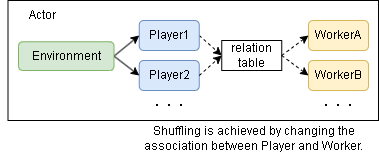
pocokhc/simple_distributed_rl keeps this draw.io diagram as diagrams/overview-multiplay.drawio.png. Above is the earlier version. Source tidied: cells renumbered, new cells last; positions are measured from the earlier drawing's top-left corner, leaving out a move shared by most shapes.
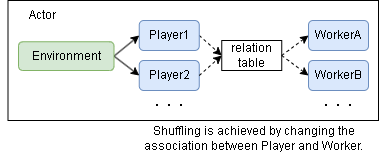
Later version of the same file.

What changed in the source:
```diff
@@ -5,7 +5,7 @@
     <mxCell id="2" style="rounded=0;whiteSpace=wrap;html=1;" parent="1" vertex="1">
       <mxGeometry x="7.5" width="370.5" height="120" as="geometry" />
     </mxCell>
-    <mxCell id="3" value="WorkerA" style="rounded=1;whiteSpace=wrap;html=1;fillColor=#fff2cc;strokeColor=#d6b656;" parent="1" vertex="1">
+    <mxCell id="3" value="WorkerA" style="rounded=1;whiteSpace=wrap;html=1;fillColor=#dae8fc;strokeColor=#6c8ebf;" parent="1" vertex="1">
       <mxGeometry x="308" y="20" width="60" height="30" as="geometry" />
     </mxCell>
     <mxCell id="4" value="Actor" style="text;html=1;strokeColor=none;fillColor=none;align=center;verticalAlign=middle;whiteSpace=wrap;rounded=0;" parent="1" vertex="1">
@@ -17,7 +17,7 @@
     <mxCell id="6" value="Player1" style="rounded=1;whiteSpace=wrap;html=1;fillColor=#dae8fc;strokeColor=#6c8ebf;" parent="1" vertex="1">
       <mxGeometry x="138.8" y="20" width="60" height="30" as="geometry" />
     </mxCell>
-    <mxCell id="7" value="WorkerB" style="rounded=1;whiteSpace=wrap;html=1;fillColor=#fff2cc;strokeColor=#d6b656;" parent="1" vertex="1">
+    <mxCell id="7" value="WorkerB" style="rounded=1;whiteSpace=wrap;html=1;fillColor=#dae8fc;strokeColor=#6c8ebf;" parent="1" vertex="1">
       <mxGeometry x="308" y="60" width="60" height="30" as="geometry" />
     </mxCell>
     <mxCell id="8" value="Player2" style="rounded=1;whiteSpace=wrap;html=1;fillColor=#dae8fc;strokeColor=#6c8ebf;" parent="1" vertex="1">
```
